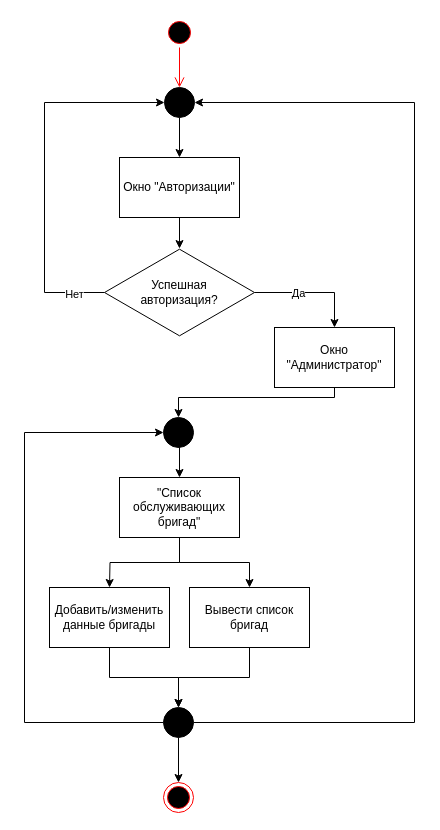
This is page "Админ_прсм_изм_бригад" (4 of 5) of Диаграммы_drawio/Сценарии_использования.drawio from CCF2P/Backend, a draw.io file, before an edit. Source tidied: cells renumbered, new cells numbered last; positions are measured from the earlier drawing's top-left corner, leaving out a move shared by most shapes. Both pictures are drawn from the tidied source at 100%, with x=0, y=0 at pixel (24, 17).
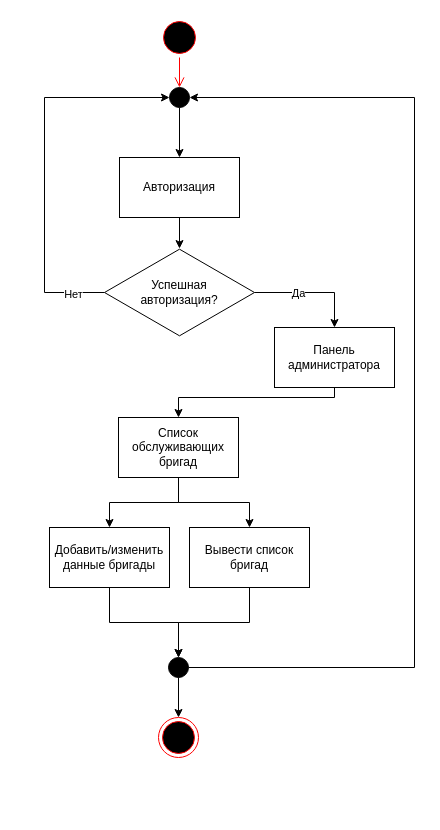
The same page after the edit.

Unchanged cells that the change refers to:
```xml
<mxCell id="20" value="Успешная&lt;br&gt;авторизация?" style="html=1;whiteSpace=wrap;shape=isoRectangle;" parent="1" vertex="1">
  <mxGeometry x="80" y="230" width="150" height="90" as="geometry" />
</mxCell>
```

Diff of the diagram source:
```diff
@@
-    <mxCell id="3" style="edgeStyle=orthogonalEdgeStyle;rounded=0;jettySize=auto;html=1;exitX=0.5;exitY=1;exitDx=0;exitDy=0;entryX=0.5;entryY=0;entryDx=0;entryDy=0;" parent="1" edge="1" source="4">
+    <mxCell id="3" style="edgeStyle=orthogonalEdgeStyle;rounded=0;jettySize=auto;html=1;exitX=0.5;exitY=1;exitDx=0;exitDy=0;entryX=0.5;entryY=0;entryDx=0;entryDy=0;" parent="1" edge="1" source="8">
       <mxGeometry relative="1" as="geometry">
         <mxPoint x="85" y="570" as="targetPoint" />
       </mxGeometry>
     </mxCell>
-    <mxCell id="4" value="&quot;Список обслуживающих бригад&quot;" style="rounded=0;whiteSpace=wrap;html=1;" parent="1" vertex="1">
-      <mxGeometry x="95" y="460" width="120" height="60" as="geometry" />
+    <mxCell id="4" value="Список обслуживающих бригад" style="rounded=0;whiteSpace=wrap;html=1;" parent="1" vertex="1">
+      <mxGeometry x="94" y="400" width="120" height="60" as="geometry" />
     </mxCell>
@@
     <mxCell id="6" value="Вывести список бригад" style="rounded=0;whiteSpace=wrap;html=1;" parent="1" vertex="1">
-      <mxGeometry x="165" y="570" width="120" height="60" as="geometry" />
+      <mxGeometry x="165" y="510" width="120" height="60" as="geometry" />
     </mxCell>
@@
-    <mxCell id="8" value="Добавить/изменить данные бригады" style="rounded=0;whiteSpace=wrap;html=1;" parent="1" vertex="1">
-      <mxGeometry x="25" y="570" width="120" height="60" as="geometry" />
-    </mxCell>
-    <mxCell id="9" style="edgeStyle=orthogonalEdgeStyle;rounded=0;jettySize=auto;html=1;exitX=0.5;exitY=1;exitDx=0;exitDy=0;entryX=0.5;entryY=0;entryDx=0;entryDy=0;" parent="1" edge="1" source="10" target="4">
-      <mxGeometry relative="1" as="geometry" />
-    </mxCell>
-    <mxCell id="10" style="ellipse;fillColor=strokeColor;html=1;" parent="1" vertex="1">
-      <mxGeometry x="139" y="400" width="30" height="30" as="geometry" />
-    </mxCell>
     <mxCell id="11" style="ellipse;html=1;shape=startState;fillColor=#000000;strokeColor=#ff0000;" parent="1" vertex="1">
-      <mxGeometry x="140" width="30" height="30" as="geometry" />
+      <mxGeometry x="135" width="40" height="40" as="geometry" />
     </mxCell>
@@
-    <mxCell id="13" style="edgeStyle=orthogonalEdgeStyle;rounded=0;jettySize=auto;html=1;exitX=0.5;exitY=1;exitDx=0;exitDy=0;entryX=0.5;entryY=0;entryDx=0;entryDy=0;" parent="1" edge="1" source="14" target="10">
+    <mxCell id="13" style="edgeStyle=orthogonalEdgeStyle;rounded=0;jettySize=auto;html=1;exitX=0.5;exitY=1;exitDx=0;exitDy=0;entryX=0.5;entryY=0;entryDx=0;entryDy=0;" parent="1" edge="1" source="14" target="4">
       <mxGeometry relative="1" as="geometry">
         <Array as="points">
           <mxPoint x="310" y="380" />
           <mxPoint x="154" y="380" />
         </Array>
       </mxGeometry>
     </mxCell>
-    <mxCell id="14" value="Окно &quot;Администратор&quot;" style="rounded=0;whiteSpace=wrap;html=1;" parent="1" vertex="1">
+    <mxCell id="14" value="Панель администратора" style="rounded=0;whiteSpace=wrap;html=1;" parent="1" vertex="1">
       <mxGeometry x="250" y="310" width="120" height="60" as="geometry" />
     </mxCell>
-    <mxCell id="15" value="Окно &quot;Авторизации&quot;" style="rounded=0;whiteSpace=wrap;html=1;" parent="1" vertex="1">
+    <mxCell id="15" value="Авторизация" style="rounded=0;whiteSpace=wrap;html=1;" parent="1" vertex="1">
       <mxGeometry x="95" y="140" width="120" height="60" as="geometry" />
     </mxCell>
     <mxCell id="16" style="edgeStyle=orthogonalEdgeStyle;rounded=0;jettySize=auto;html=1;entryX=0;entryY=0.5;entryDx=0;entryDy=0;" parent="1" edge="1" source="20" target="22">
       <mxGeometry relative="1" as="geometry">
         <Array as="points">
           <mxPoint x="20" y="275" />
-          <mxPoint x="20" y="85" />
+          <mxPoint x="20" y="80" />
         </Array>
       </mxGeometry>
     </mxCell>
@@
     <mxCell id="22" style="ellipse;fillColor=strokeColor;html=1;" parent="1" vertex="1">
-      <mxGeometry x="140" y="70" width="30" height="30" as="geometry" />
+      <mxGeometry x="145" y="70" width="20" height="20" as="geometry" />
     </mxCell>
@@
-    <mxCell id="24" style="edgeStyle=orthogonalEdgeStyle;rounded=0;jettySize=auto;html=1;exitX=0;exitY=0.5;exitDx=0;exitDy=0;entryX=0;entryY=0.5;entryDx=0;entryDy=0;" parent="1" edge="1" source="27" target="10">
-      <mxGeometry relative="1" as="geometry">
-        <Array as="points">
-          <mxPoint y="705" />
-          <mxPoint y="415" />
-        </Array>
-      </mxGeometry>
-    </mxCell>
     <mxCell id="25" style="edgeStyle=orthogonalEdgeStyle;rounded=0;jettySize=auto;html=1;exitX=1;exitY=0.5;exitDx=0;exitDy=0;entryX=1;entryY=0.5;entryDx=0;entryDy=0;" parent="1" edge="1" source="27" target="22">
       <mxGeometry relative="1" as="geometry">
         <Array as="points">
-          <mxPoint x="390" y="705" />
-          <mxPoint x="390" y="85" />
+          <mxPoint x="390" y="650" />
+          <mxPoint x="390" y="80" />
         </Array>
       </mxGeometry>
     </mxCell>
-    <mxCell id="26" style="edgeStyle=orthogonalEdgeStyle;rounded=0;jettySize=auto;html=1;exitX=0.5;exitY=1;exitDx=0;exitDy=0;entryX=0.5;entryY=0;entryDx=0;entryDy=0;" parent="1" edge="1" source="27" target="28">
+    <mxCell id="26" style="edgeStyle=orthogonalEdgeStyle;rounded=0;jettySize=auto;html=1;exitX=0.5;exitY=1;exitDx=0;exitDy=0;entryX=0.5;entryY=0;entryDx=0;entryDy=0;" parent="1" edge="1" source="27" target="30">
       <mxGeometry relative="1" as="geometry" />
     </mxCell>
     <mxCell id="27" style="ellipse;fillColor=strokeColor;html=1;" parent="1" vertex="1">
-      <mxGeometry x="139" y="690" width="30" height="30" as="geometry" />
+      <mxGeometry x="144" y="640" width="20" height="20" as="geometry" />
     </mxCell>
-    <mxCell id="28" style="ellipse;html=1;shape=endState;fillColor=#000000;strokeColor=#ff0000;" parent="1" vertex="1">
-      <mxGeometry x="139" y="765" width="30" height="30" as="geometry" />
-    </mxCell>
+    <mxCell id="29" style="edgeStyle=orthogonalEdgeStyle;rounded=0;jettySize=auto;html=1;exitX=0.5;exitY=1;exitDx=0;exitDy=0;entryX=0.5;entryY=0;entryDx=0;entryDy=0;" parent="1" edge="1" source="4" target="8">
+      <mxGeometry relative="1" as="geometry" />
+    </mxCell>
+    <mxCell id="8" value="Добавить/изменить данные бригады" style="rounded=0;whiteSpace=wrap;html=1;" parent="1" vertex="1">
+      <mxGeometry x="25" y="510" width="120" height="60" as="geometry" />
+    </mxCell>
+    <mxCell id="30" style="ellipse;html=1;shape=endState;fillColor=#000000;strokeColor=#ff0000;" parent="1" vertex="1">
+      <mxGeometry x="134" y="700" width="40" height="40" as="geometry" />
+    </mxCell>
```
